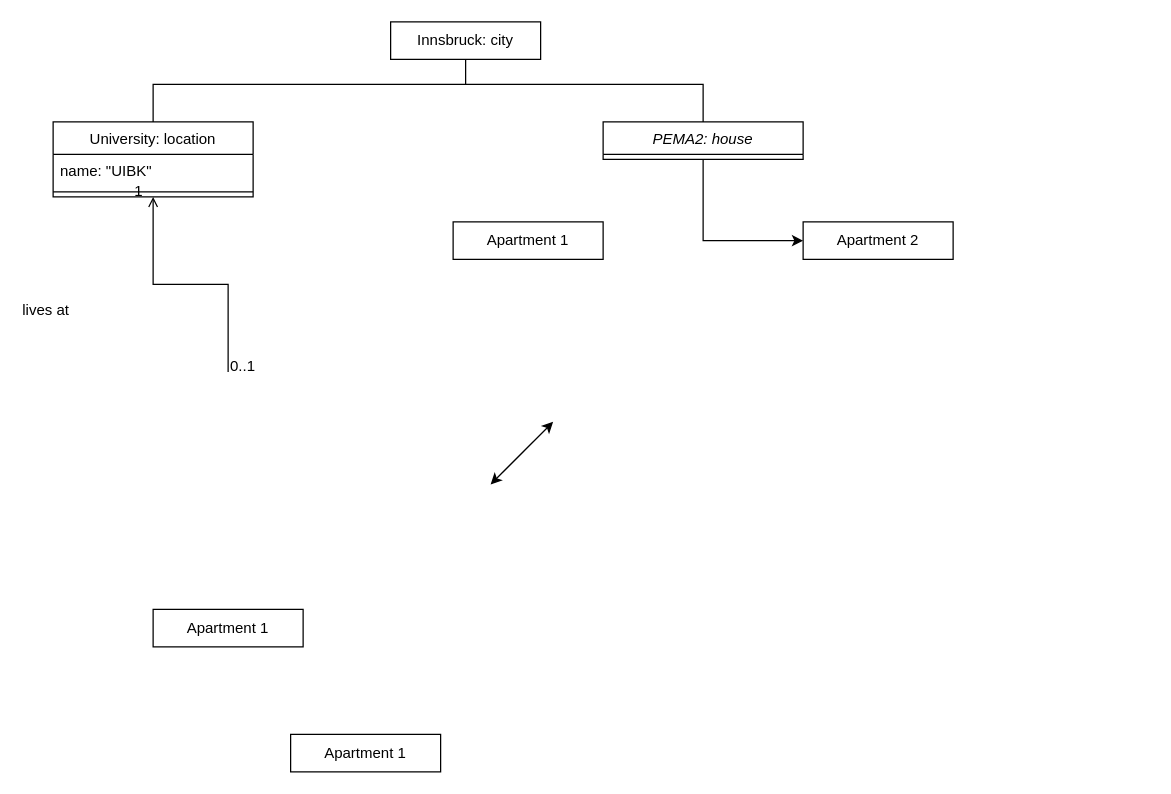
Before: Untitled Diagram.drawio in bkneussl/upskill-practice, a draw.io diagram. Source tidied: cells renumbered, new cells numbered last; positions are measured from the earlier drawing's top-left corner, leaving out a move shared by most shapes. Both pictures are drawn from the tidied source at 125%, with x=0, y=0 at pixel (52, 21).
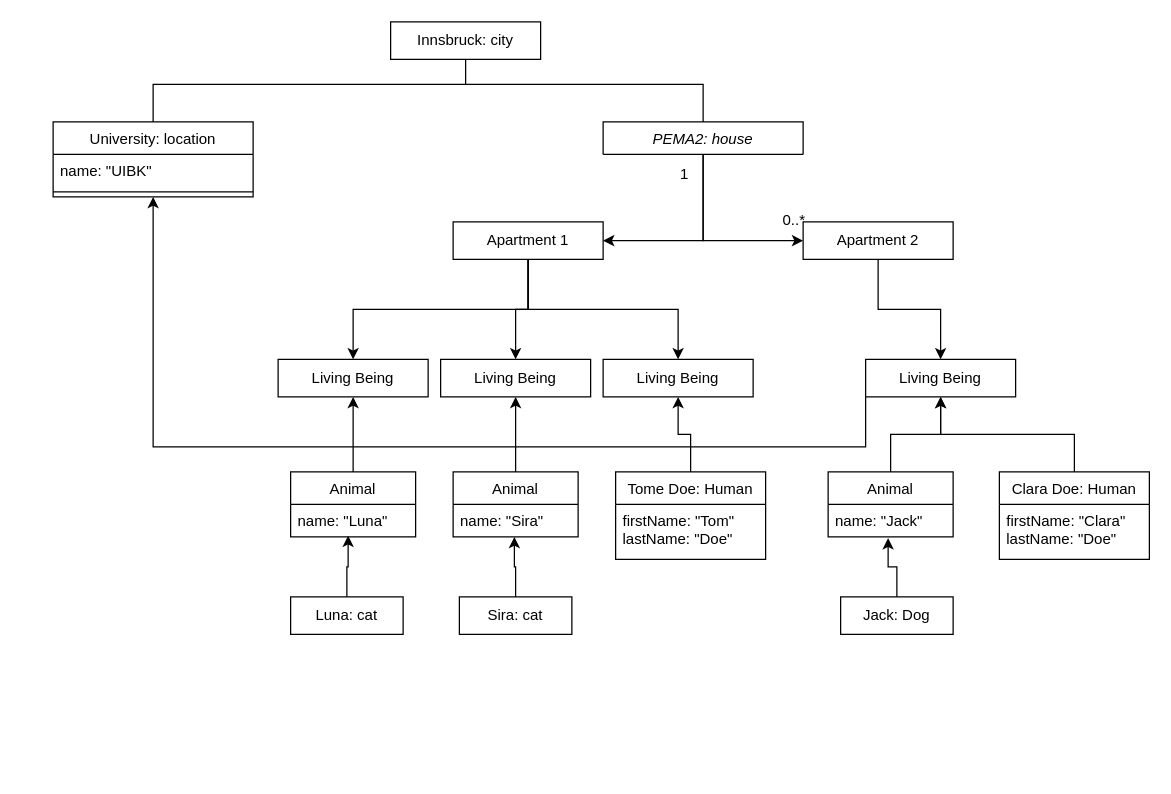
Above is the later version.

The change refers to these unchanged cells:
```xml
<mxCell id="4" value="University: location" style="swimlane;fontStyle=0;align=center;verticalAlign=top;horizontal=1;startSize=26;rounded=0;shadow=0;strokeWidth=1;" parent="1" vertex="1">
  <mxGeometry y="80" width="160" height="60" as="geometry" />
</mxCell>
<mxCell id="14" value="Apartment 1" style="rounded=0;whiteSpace=wrap;html=1;" parent="1" vertex="1">
  <mxGeometry x="320" y="160" width="120" height="30" as="geometry" />
</mxCell>
<mxCell id="17" value="Apartment 2" style="rounded=0;whiteSpace=wrap;html=1;" parent="1" vertex="1">
  <mxGeometry x="600" y="160" width="120" height="30" as="geometry" />
</mxCell>
```

Change to the diagram source:
```diff
@@
-    <mxCell id="3" value="PEMA2: house" style="swimlane;fontStyle=2;align=center;verticalAlign=top;horizontal=1;startSize=26;rounded=0;shadow=0;strokeWidth=1;" parent="1" vertex="1">
-      <mxGeometry x="440" y="80" width="160" height="30" as="geometry" />
+    <mxCell id="3" value="PEMA2: house" style="swimlane;fontStyle=2;align=center;verticalAlign=top;horizontal=1;startSize=26;rounded=0;shadow=0;strokeWidth=1;" parent="1" vertex="1" collapsed="1">
+      <mxGeometry x="440" y="80" width="160" height="26" as="geometry" />
     </mxCell>
@@
-    <mxCell id="7" style="endArrow=open;shadow=0;strokeWidth=1;rounded=0;endFill=1;edgeStyle=elbowEdgeStyle;elbow=vertical;" parent="1" edge="1" target="4">
-      <mxGeometry x="0.5" y="41" relative="1" as="geometry">
-        <mxPoint x="140" y="280" as="sourcePoint" />
-        <mxPoint x="-40" y="32" as="offset" />
-      </mxGeometry>
-    </mxCell>
-    <mxCell id="8" value="0..1" style="align=left;verticalAlign=bottom;labelBackgroundColor=none;fontSize=12;" parent="7" vertex="1">
-      <mxGeometry x="-1" relative="1" as="geometry">
-        <mxPoint y="4" as="offset" />
-      </mxGeometry>
-    </mxCell>
-    <mxCell id="9" value="1" style="align=right;verticalAlign=bottom;labelBackgroundColor=none;fontSize=12;" parent="7" vertex="1">
-      <mxGeometry x="1" relative="1" as="geometry">
-        <mxPoint x="-7" y="4" as="offset" />
-      </mxGeometry>
-    </mxCell>
-    <mxCell id="10" value="lives at" style="text;html=1;align=center;verticalAlign=middle;labelBackgroundColor=none;rounded=0;shadow=0;strokeWidth=1;fontSize=12;" parent="7" vertex="1">
-      <mxGeometry x="0.5" y="49" relative="1" as="geometry">
-        <mxPoint x="-38" y="40" as="offset" />
-      </mxGeometry>
-    </mxCell>
@@
+    <mxCell id="19" style="edgeStyle=orthogonalEdgeStyle;rounded=0;jettySize=auto;html=1;exitX=0.5;exitY=1;exitDx=0;exitDy=0;entryX=0.5;entryY=0;entryDx=0;entryDy=0;" parent="1" edge="1" source="14" target="27">
+      <mxGeometry relative="1" as="geometry" />
+    </mxCell>
+    <mxCell id="20" style="edgeStyle=orthogonalEdgeStyle;rounded=0;jettySize=auto;html=1;entryX=0.5;entryY=0;entryDx=0;entryDy=0;" parent="1" edge="1" source="14" target="26">
+      <mxGeometry relative="1" as="geometry" />
+    </mxCell>
+    <mxCell id="21" style="edgeStyle=orthogonalEdgeStyle;rounded=0;jettySize=auto;html=1;exitX=0.5;exitY=1;exitDx=0;exitDy=0;entryX=0.5;entryY=0;entryDx=0;entryDy=0;" parent="1" edge="1" source="14" target="28">
+      <mxGeometry relative="1" as="geometry" />
+    </mxCell>
@@
+    <mxCell id="22" style="edgeStyle=orthogonalEdgeStyle;rounded=0;jettySize=auto;html=1;exitX=0;exitY=0.25;exitDx=0;exitDy=0;entryX=0.5;entryY=1;entryDx=0;entryDy=0;" parent="1" edge="1" source="15" target="4">
+      <mxGeometry relative="1" as="geometry">
+        <Array as="points">
+          <mxPoint x="650" y="340" />
+          <mxPoint x="80" y="340" />
+        </Array>
+      </mxGeometry>
+    </mxCell>
-    <mxCell id="15" value="Apartment 1" style="rounded=0;whiteSpace=wrap;html=1;" parent="1" vertex="1">
-      <mxGeometry x="80" y="470" width="120" height="30" as="geometry" />
+    <mxCell id="15" value="Living Being" style="rounded=0;whiteSpace=wrap;html=1;" parent="1" vertex="1">
+      <mxGeometry x="650" y="270" width="120" height="30" as="geometry" />
     </mxCell>
-    <mxCell id="16" value="Apartment 1" style="rounded=0;whiteSpace=wrap;html=1;" parent="1" vertex="1">
-      <mxGeometry x="190" y="570" width="120" height="30" as="geometry" />
-    </mxCell>
+    <mxCell id="23" style="edgeStyle=orthogonalEdgeStyle;rounded=0;jettySize=auto;html=1;exitX=0.5;exitY=1;exitDx=0;exitDy=0;" parent="1" edge="1" source="17" target="15">
+      <mxGeometry relative="1" as="geometry" />
+    </mxCell>
@@
-    <mxCell id="18" style="endArrow=classic;startArrow=classic;html=1;rounded=0;" parent="1" edge="1">
-      <mxGeometry relative="1" as="geometry">
-        <mxPoint x="350" y="370" as="sourcePoint" />
-        <mxPoint x="400" y="320" as="targetPoint" />
-      </mxGeometry>
-    </mxCell>
+    <mxCell id="24" style="endArrow=classic;html=1;rounded=0;exitX=0.5;exitY=1;exitDx=0;exitDy=0;entryX=1;entryY=0.5;entryDx=0;entryDy=0;" parent="1" edge="1" source="3" target="14">
+      <mxGeometry relative="1" as="geometry">
+        <Array as="points">
+          <mxPoint x="520" y="175" />
+        </Array>
+      </mxGeometry>
+    </mxCell>
+    <mxCell id="25" value="0..*" style="align=left;verticalAlign=bottom;labelBackgroundColor=none;fontSize=12;" parent="1" vertex="1">
+      <mxGeometry x="460" y="180" as="geometry">
+        <mxPoint x="122" y="-13" as="offset" />
+      </mxGeometry>
+    </mxCell>
+    <mxCell id="9" value="1" style="align=left;verticalAlign=bottom;labelBackgroundColor=none;fontSize=12;" parent="1" vertex="1">
+      <mxGeometry x="500" y="130" as="geometry" />
+    </mxCell>
+    <mxCell id="26" value="Living Being" style="rounded=0;whiteSpace=wrap;html=1;" parent="1" vertex="1">
+      <mxGeometry x="310" y="270" width="120" height="30" as="geometry" />
+    </mxCell>
+    <mxCell id="27" value="Living Being" style="rounded=0;whiteSpace=wrap;html=1;" parent="1" vertex="1">
+      <mxGeometry x="440" y="270" width="120" height="30" as="geometry" />
+    </mxCell>
+    <mxCell id="28" value="Living Being" style="rounded=0;whiteSpace=wrap;html=1;" parent="1" vertex="1">
+      <mxGeometry x="180" y="270" width="120" height="30" as="geometry" />
+    </mxCell>
+    <mxCell id="29" style="edgeStyle=orthogonalEdgeStyle;rounded=0;jettySize=auto;html=1;exitX=0.5;exitY=0;exitDx=0;exitDy=0;entryX=0.5;entryY=1;entryDx=0;entryDy=0;" parent="1" edge="1" source="30" target="28">
+      <mxGeometry relative="1" as="geometry" />
+    </mxCell>
+    <mxCell id="30" value="Animal" style="swimlane;fontStyle=0;align=center;verticalAlign=top;horizontal=1;startSize=26;rounded=0;shadow=0;strokeWidth=1;" parent="1" vertex="1">
+      <mxGeometry x="190" y="360" width="100" height="52" as="geometry" />
+    </mxCell>
+    <mxCell id="31" value="name: &quot;Luna&quot;&#10;" style="text;align=left;verticalAlign=top;spacingLeft=4;spacingRight=4;overflow=hidden;points=[[0,0.5],[1,0.5]];portConstraint=eastwest;" parent="30" vertex="1">
+      <mxGeometry y="26" width="100" height="26" as="geometry" />
+    </mxCell>
+    <mxCell id="32" style="edgeStyle=orthogonalEdgeStyle;rounded=0;jettySize=auto;html=1;exitX=0.5;exitY=0;exitDx=0;exitDy=0;entryX=0.5;entryY=1;entryDx=0;entryDy=0;" parent="1" edge="1" source="33" target="15">
+      <mxGeometry relative="1" as="geometry" />
+    </mxCell>
+    <mxCell id="33" value="Animal" style="swimlane;fontStyle=0;align=center;verticalAlign=top;horizontal=1;startSize=26;rounded=0;shadow=0;strokeWidth=1;" parent="1" vertex="1">
+      <mxGeometry x="620" y="360" width="100" height="52" as="geometry" />
+    </mxCell>
+    <mxCell id="34" value="name: &quot;Jack&quot;&#10;" style="text;align=left;verticalAlign=top;spacingLeft=4;spacingRight=4;overflow=hidden;points=[[0,0.5],[1,0.5]];portConstraint=eastwest;" parent="33" vertex="1">
+      <mxGeometry y="26" width="100" height="26" as="geometry" />
+    </mxCell>
+    <mxCell id="35" style="edgeStyle=orthogonalEdgeStyle;rounded=0;jettySize=auto;html=1;exitX=0.5;exitY=0;exitDx=0;exitDy=0;" parent="1" edge="1" source="36" target="27">
+      <mxGeometry relative="1" as="geometry" />
+    </mxCell>
+    <mxCell id="36" value="Tome Doe: Human" style="swimlane;fontStyle=0;align=center;verticalAlign=top;horizontal=1;startSize=26;rounded=0;shadow=0;strokeWidth=1;" parent="1" vertex="1">
+      <mxGeometry x="450" y="360" width="120" height="70" as="geometry" />
+    </mxCell>
+    <mxCell id="37" value="firstName: &quot;Tom&quot;&#10;lastName: &quot;Doe&quot;" style="text;align=left;verticalAlign=top;spacingLeft=4;spacingRight=4;overflow=hidden;" parent="36" vertex="1">
+      <mxGeometry y="26" width="120" height="44" as="geometry" />
+    </mxCell>
+    <mxCell id="38" style="edgeStyle=orthogonalEdgeStyle;rounded=0;jettySize=auto;html=1;exitX=0.5;exitY=0;exitDx=0;exitDy=0;entryX=0.5;entryY=1;entryDx=0;entryDy=0;" parent="1" edge="1" source="39" target="26">
+      <mxGeometry relative="1" as="geometry" />
+    </mxCell>
+    <mxCell id="39" value="Animal" style="swimlane;fontStyle=0;align=center;verticalAlign=top;horizontal=1;startSize=26;rounded=0;shadow=0;strokeWidth=1;" parent="1" vertex="1">
+      <mxGeometry x="320" y="360" width="100" height="52" as="geometry" />
+    </mxCell>
+    <mxCell id="40" value="name: &quot;Sira&quot;&#10;" style="text;align=left;verticalAlign=top;spacingLeft=4;spacingRight=4;overflow=hidden;points=[[0,0.5],[1,0.5]];portConstraint=eastwest;" parent="39" vertex="1">
+      <mxGeometry y="26" width="100" height="26" as="geometry" />
+    </mxCell>
+    <mxCell id="41" style="edgeStyle=orthogonalEdgeStyle;rounded=0;jettySize=auto;html=1;exitX=0.5;exitY=0;exitDx=0;exitDy=0;entryX=0.5;entryY=1;entryDx=0;entryDy=0;" parent="1" edge="1" source="42" target="15">
+      <mxGeometry relative="1" as="geometry" />
+    </mxCell>
+    <mxCell id="42" value="Clara Doe: Human" style="swimlane;fontStyle=0;align=center;verticalAlign=top;horizontal=1;startSize=26;rounded=0;shadow=0;strokeWidth=1;" parent="1" vertex="1">
+      <mxGeometry x="757" y="360" width="120" height="70" as="geometry" />
+    </mxCell>
+    <mxCell id="43" value="firstName: &quot;Clara&quot;&#10;lastName: &quot;Doe&quot;" style="text;align=left;verticalAlign=top;spacingLeft=4;spacingRight=4;overflow=hidden;" parent="42" vertex="1">
+      <mxGeometry y="26" width="120" height="44" as="geometry" />
+    </mxCell>
+    <mxCell id="44" style="edgeStyle=orthogonalEdgeStyle;rounded=0;jettySize=auto;html=1;exitX=0.5;exitY=0;exitDx=0;exitDy=0;entryX=0.46;entryY=0.962;entryDx=0;entryDy=0;entryPerimeter=0;" parent="1" edge="1" source="45" target="31">
+      <mxGeometry relative="1" as="geometry" />
+    </mxCell>
+    <mxCell id="45" value="Luna: cat" style="rounded=0;whiteSpace=wrap;html=1;" parent="1" vertex="1">
+      <mxGeometry x="190" y="460" width="90" height="30" as="geometry" />
+    </mxCell>
+    <mxCell id="46" style="edgeStyle=orthogonalEdgeStyle;rounded=0;jettySize=auto;html=1;exitX=0.5;exitY=0;exitDx=0;exitDy=0;entryX=0.49;entryY=1;entryDx=0;entryDy=0;entryPerimeter=0;" parent="1" edge="1" source="47" target="40">
+      <mxGeometry relative="1" as="geometry" />
+    </mxCell>
+    <mxCell id="47" value="Sira: cat" style="rounded=0;whiteSpace=wrap;html=1;" parent="1" vertex="1">
+      <mxGeometry x="325" y="460" width="90" height="30" as="geometry" />
+    </mxCell>
+    <mxCell id="48" style="edgeStyle=orthogonalEdgeStyle;rounded=0;jettySize=auto;html=1;exitX=0.5;exitY=0;exitDx=0;exitDy=0;entryX=0.48;entryY=1.038;entryDx=0;entryDy=0;entryPerimeter=0;" parent="1" edge="1" source="49" target="34">
+      <mxGeometry relative="1" as="geometry" />
+    </mxCell>
+    <mxCell id="49" value="Jack: Dog" style="rounded=0;whiteSpace=wrap;html=1;" parent="1" vertex="1">
+      <mxGeometry x="630" y="460" width="90" height="30" as="geometry" />
+    </mxCell>
```
